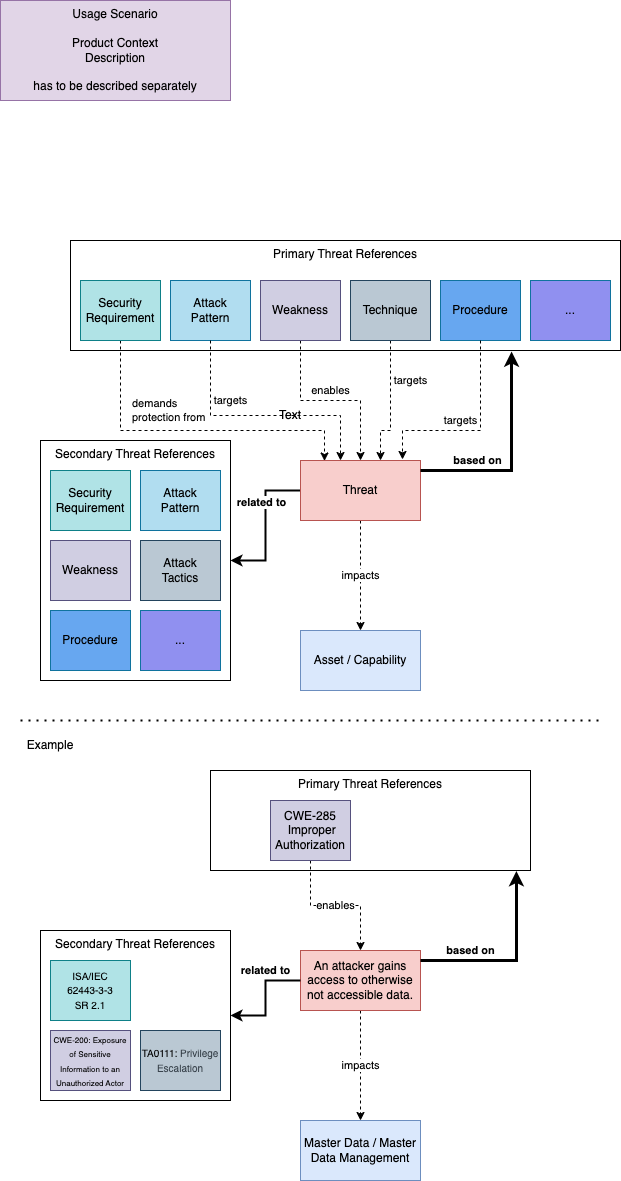
spdx/meetings keeps this draw.io diagram as threats/2026/2026-01-26-Threat-Model.png. Above is the earlier version. Source tidied: cells renumbered, new cells last; positions are measured from the earlier drawing's top-left corner, leaving out a move shared by most shapes.
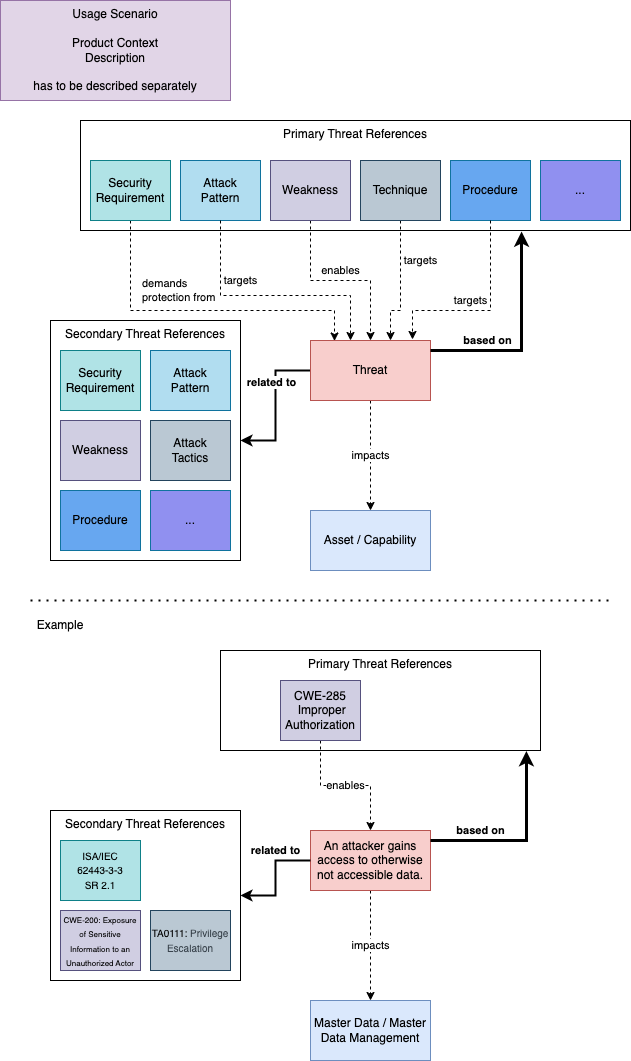
The same file after the commit.

Change to the diagram source:
```diff
@@ -138,7 +138,7 @@
       <mxGeometry x="20" y="730" width="60" height="30" as="geometry" />
     </mxCell>
     <mxCell id="36" value="Usage Scenario&lt;br&gt;&lt;br&gt;Product Context&lt;br&gt;Description&lt;br&gt;&lt;br&gt;has to be described separately" style="rounded=0;whiteSpace=wrap;html=1;fillColor=#e1d5e7;strokeColor=#9673a6;" parent="1" vertex="1">
-      <mxGeometry width="230" height="100" as="geometry" />
+      <mxGeometry x="-10" y="120" width="230" height="100" as="geometry" />
     </mxCell>
     <mxCell id="37" value="Procedure" style="rounded=0;whiteSpace=wrap;html=1;fillColor=#67A7F0;strokeColor=#10739e;" parent="1" vertex="1">
       <mxGeometry x="440" y="280" width="80" height="60" as="geometry" />
@@ -160,8 +160,5 @@
     <mxCell id="41" value="..." style="rounded=0;whiteSpace=wrap;html=1;fillColor=#9090F0;strokeColor=#10739e;" parent="1" vertex="1">
       <mxGeometry x="140" y="610" width="80" height="60" as="geometry" />
     </mxCell>
-    <mxCell id="42" value="Text" style="text;strokeColor=none;align=center;fillColor=none;html=1;verticalAlign=middle;whiteSpace=wrap;rounded=0;" parent="1" vertex="1">
-      <mxGeometry x="260" y="400" width="60" height="30" as="geometry" />
-    </mxCell>
   </root>
 </mxGraphModel>
```
